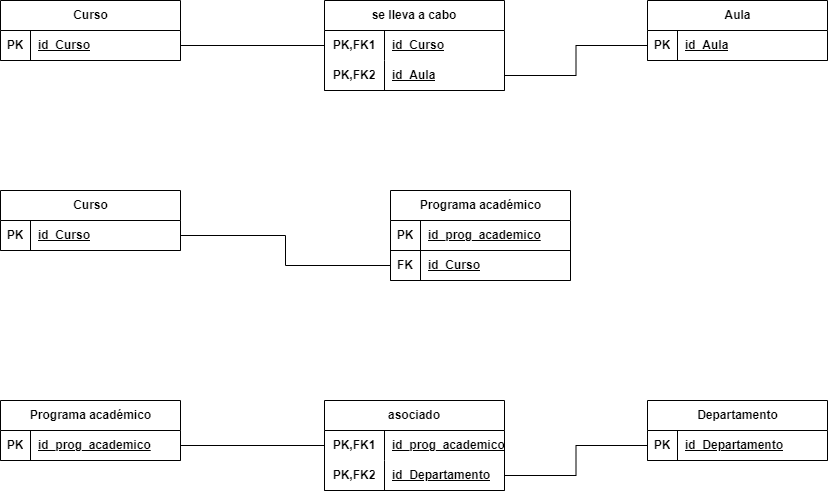
Above: modelo-relacional/modelo-relacional.drawio.png in RafaelMayor/proyectoBBDD (draw.io), before the change. Source tidied: cells renumbered, new cells last; positions are measured from the earlier drawing's top-left corner, leaving out a move shared by most shapes.
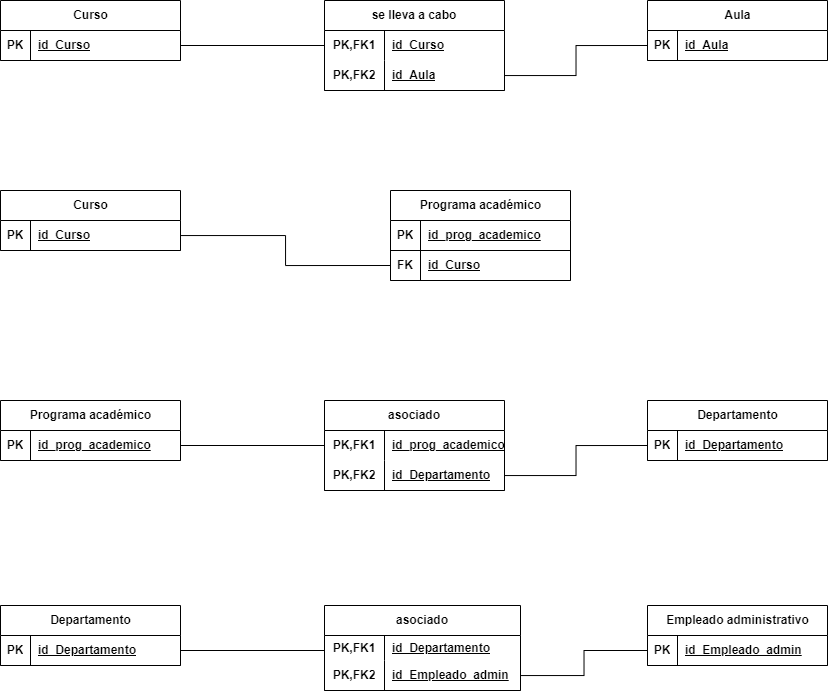
The same file after the commit.

The edit, as a diff of the source:
```diff
@@ -140,5 +140,60 @@
     <mxCell id="47" style="edgeStyle=orthogonalEdgeStyle;rounded=0;jettySize=auto;html=1;entryX=0;entryY=0.5;entryDx=0;entryDy=0;endArrow=none;endFill=0;" parent="1" edge="1" source="39" target="43">
       <mxGeometry relative="1" as="geometry" />
     </mxCell>
+    <mxCell id="48" value="Departamento" style="shape=table;startSize=30;rowLines=0;fontStyle=1;align=center;html=1;" parent="1" vertex="1">
+      <mxGeometry y="605" width="180" height="60" as="geometry" />
+    </mxCell>
+    <mxCell id="49" style="shape=tableRow;horizontal=0;startSize=0;swimlaneHead=0;swimlaneBody=0;fillColor=none;points=[[0,0.5],[1,0.5]];portConstraint=eastwest;top=0;left=0;right=0;bottom=1;" parent="48" vertex="1">
+      <mxGeometry y="30" width="180" height="30" as="geometry" />
+    </mxCell>
+    <mxCell id="50" value="PK" style="shape=partialRectangle;fillColor=none;top=0;left=0;bottom=0;right=0;fontStyle=1;overflow=hidden;whiteSpace=wrap;html=1;" parent="49" vertex="1">
+      <mxGeometry width="30" height="30" as="geometry" />
+    </mxCell>
+    <mxCell id="51" value="id_Departamento" style="shape=partialRectangle;fillColor=none;top=0;left=0;bottom=0;right=0;align=left;spacingLeft=6;fontStyle=5;overflow=hidden;whiteSpace=wrap;html=1;" parent="49" vertex="1">
+      <mxGeometry x="30" width="150" height="30" as="geometry" />
+    </mxCell>
+    <mxCell id="52" value="asociado" style="shape=table;startSize=30;rowLines=0;fontStyle=1;align=center;html=1;whiteSpace=wrap;" parent="1" vertex="1">
+      <mxGeometry x="324" y="605" width="196" height="85" as="geometry" />
+    </mxCell>
+    <mxCell id="53" style="shape=tableRow;horizontal=0;startSize=0;swimlaneHead=0;swimlaneBody=0;fillColor=none;points=[[0,0.5],[1,0.5]];portConstraint=eastwest;top=0;left=0;right=0;bottom=0;html=1;" parent="52" vertex="1">
+      <mxGeometry y="30" width="196" height="25" as="geometry" />
+    </mxCell>
+    <mxCell id="54" value="PK,FK1" style="shape=partialRectangle;fillColor=none;top=0;left=0;bottom=0;right=0;fontStyle=1;overflow=hidden;html=1;whiteSpace=wrap;" parent="53" vertex="1">
+      <mxGeometry width="60" height="25" as="geometry" />
+    </mxCell>
+    <mxCell id="55" value="id_Departamento" style="shape=partialRectangle;fillColor=none;top=0;left=0;bottom=0;right=0;align=left;spacingLeft=6;fontStyle=5;overflow=hidden;html=1;whiteSpace=wrap;" parent="53" vertex="1">
+      <mxGeometry x="60" width="136" height="25" as="geometry" />
+    </mxCell>
+    <mxCell id="56" style="shape=tableRow;horizontal=0;startSize=0;swimlaneHead=0;swimlaneBody=0;fillColor=none;points=[[0,0.5],[1,0.5]];portConstraint=eastwest;top=0;left=0;right=0;bottom=1;html=1;" parent="52" vertex="1">
+      <mxGeometry y="55" width="196" height="30" as="geometry" />
+    </mxCell>
+    <mxCell id="57" value="PK,FK2" style="shape=partialRectangle;fillColor=none;top=0;left=0;bottom=0;right=0;fontStyle=1;overflow=hidden;html=1;whiteSpace=wrap;" parent="56" vertex="1">
+      <mxGeometry width="60" height="30" as="geometry" />
+    </mxCell>
+    <mxCell id="58" value="id_Empleado_admin" style="shape=partialRectangle;fillColor=none;top=0;left=0;bottom=0;right=0;align=left;spacingLeft=6;fontStyle=5;overflow=hidden;html=1;whiteSpace=wrap;" parent="56" vertex="1">
+      <mxGeometry x="60" width="136" height="30" as="geometry" />
+    </mxCell>
+    <mxCell id="59" value="Empleado administrativo" style="shape=table;startSize=30;rowLines=0;fontStyle=1;align=center;html=1;" parent="1" vertex="1">
+      <mxGeometry x="647" y="605" width="180" height="60" as="geometry" />
+    </mxCell>
+    <mxCell id="60" style="shape=tableRow;horizontal=0;startSize=0;swimlaneHead=0;swimlaneBody=0;fillColor=none;points=[[0,0.5],[1,0.5]];portConstraint=eastwest;top=0;left=0;right=0;bottom=1;" parent="59" vertex="1">
+      <mxGeometry y="30" width="180" height="30" as="geometry" />
+    </mxCell>
+    <mxCell id="61" value="PK" style="shape=partialRectangle;fillColor=none;top=0;left=0;bottom=0;right=0;fontStyle=1;overflow=hidden;whiteSpace=wrap;html=1;" parent="60" vertex="1">
+      <mxGeometry width="30" height="30" as="geometry" />
+    </mxCell>
+    <mxCell id="62" value="id_Empleado_admin" style="shape=partialRectangle;fillColor=none;top=0;left=0;bottom=0;right=0;align=left;spacingLeft=6;fontStyle=5;overflow=hidden;whiteSpace=wrap;html=1;" parent="60" vertex="1">
+      <mxGeometry x="30" width="150" height="30" as="geometry" />
+    </mxCell>
+    <mxCell id="63" style="edgeStyle=orthogonalEdgeStyle;rounded=0;jettySize=auto;html=1;entryX=0;entryY=0.5;entryDx=0;entryDy=0;endArrow=none;endFill=0;" parent="1" edge="1" source="56" target="60">
+      <mxGeometry relative="1" as="geometry" />
+    </mxCell>
+    <mxCell id="64" style="edgeStyle=orthogonalEdgeStyle;rounded=0;jettySize=auto;html=1;entryX=0;entryY=0.5;entryDx=0;entryDy=0;endArrow=none;endFill=0;" parent="1" edge="1" source="49" target="53">
+      <mxGeometry relative="1" as="geometry">
+        <Array as="points">
+          <mxPoint x="324" y="650" />
+        </Array>
+      </mxGeometry>
+    </mxCell>
   </root>
 </mxGraphModel>
```
